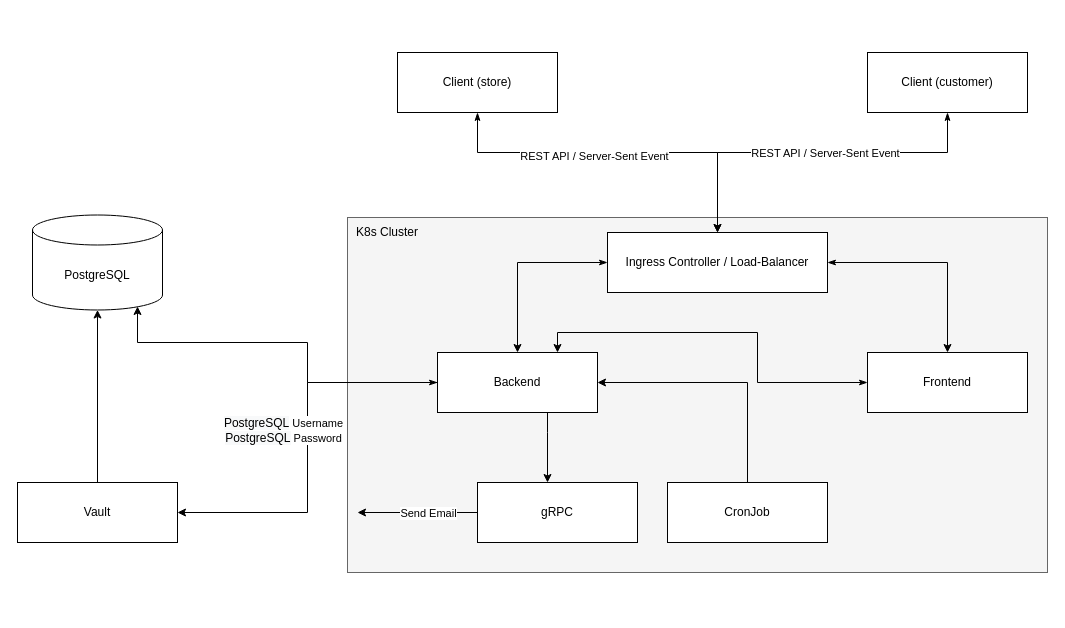
Jerry0420/Queue-System keeps this draw.io diagram as images/architecture.drawio. Above is the earlier version. Source tidied: cells renumbered, new cells numbered last; positions are measured from the earlier drawing's top-left corner, leaving out a move shared by most shapes. Both pictures are drawn from the tidied source at 100%, with x=0, y=0 at pixel (17, 52).
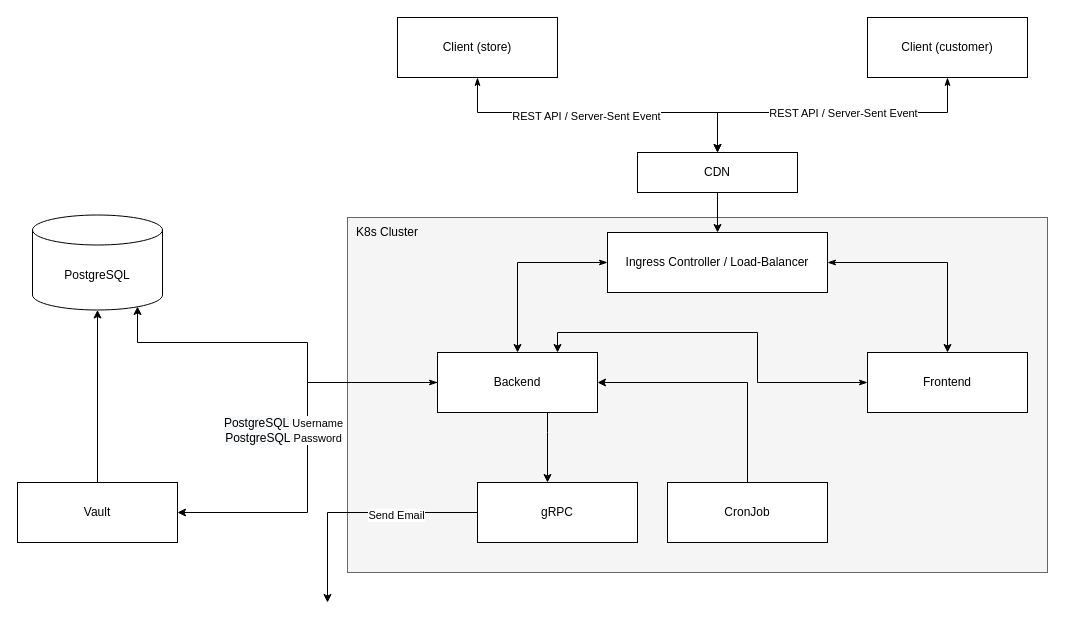
The same diagram, later.

Unchanged cells that the change refers to:
```xml
<mxCell id="13" value="Ingress Controller / Load-Balancer" style="rounded=0;whiteSpace=wrap;html=1;" parent="1" vertex="1">
  <mxGeometry x="590" y="180" width="220" height="60" as="geometry" />
</mxCell>
<mxCell id="24" value="gRPC" style="rounded=0;whiteSpace=wrap;html=1;" parent="1" vertex="1">
  <mxGeometry x="460" y="430" width="160" height="60" as="geometry" />
</mxCell>
```

What changed in the source:
```diff
@@
-    <mxCell id="5" style="edgeStyle=orthogonalEdgeStyle;rounded=0;jettySize=auto;html=1;startArrow=classicThin;startFill=1;" parent="1" edge="1" source="7" target="13">
+    <mxCell id="5" style="edgeStyle=orthogonalEdgeStyle;rounded=0;jettySize=auto;html=1;startArrow=classicThin;startFill=1;entryX=0.5;entryY=0;entryDx=0;entryDy=0;" parent="1" edge="1" source="7" target="29">
       <mxGeometry relative="1" as="geometry">
         <Array as="points">
-          <mxPoint x="460" y="100" />
-          <mxPoint x="700" y="100" />
+          <mxPoint x="460" y="60" />
+          <mxPoint x="700" y="60" />
         </Array>
       </mxGeometry>
     </mxCell>
@@
     <mxCell id="7" value="Client (store)" style="rounded=0;whiteSpace=wrap;html=1;" parent="1" vertex="1">
-      <mxGeometry x="380" width="160" height="60" as="geometry" />
+      <mxGeometry x="380" y="-35" width="160" height="60" as="geometry" />
     </mxCell>
-    <mxCell id="8" style="edgeStyle=orthogonalEdgeStyle;rounded=0;jettySize=auto;html=1;startArrow=classicThin;startFill=1;entryX=0.5;entryY=0;entryDx=0;entryDy=0;" parent="1" edge="1" source="10" target="13">
+    <mxCell id="8" style="edgeStyle=orthogonalEdgeStyle;rounded=0;jettySize=auto;html=1;startArrow=classicThin;startFill=1;entryX=0.5;entryY=0;entryDx=0;entryDy=0;" parent="1" edge="1" source="10" target="29">
       <mxGeometry relative="1" as="geometry">
         <Array as="points">
-          <mxPoint x="930" y="100" />
-          <mxPoint x="700" y="100" />
+          <mxPoint x="930" y="60" />
+          <mxPoint x="700" y="60" />
         </Array>
       </mxGeometry>
     </mxCell>
@@
     <mxCell id="10" value="Client (customer)" style="rounded=0;whiteSpace=wrap;html=1;" parent="1" vertex="1">
-      <mxGeometry x="850" width="160" height="60" as="geometry" />
+      <mxGeometry x="850" y="-35" width="160" height="60" as="geometry" />
     </mxCell>
@@
     <mxCell id="22" style="edgeStyle=orthogonalEdgeStyle;rounded=0;jettySize=auto;html=1;startArrow=none;startFill=0;" parent="1" edge="1" source="24">
       <mxGeometry relative="1" as="geometry">
-        <mxPoint x="340" y="460" as="targetPoint" />
+        <mxPoint x="310" y="550" as="targetPoint" />
+        <Array as="points">
+          <mxPoint x="310" y="460" />
+        </Array>
       </mxGeometry>
     </mxCell>
     <mxCell id="23" value="Send Email" style="edgeLabel;html=1;align=center;verticalAlign=middle;" parent="22" vertex="1">
-      <mxGeometry x="0.28" y="-1" relative="1" as="geometry">
-        <mxPoint x="27" y="1" as="offset" />
-      </mxGeometry>
+      <mxGeometry x="-0.32" y="2" relative="1" as="geometry" />
     </mxCell>
@@
+    <mxCell id="28" style="edgeStyle=orthogonalEdgeStyle;rounded=0;jettySize=auto;html=1;" parent="1" edge="1" source="29" target="13">
+      <mxGeometry relative="1" as="geometry" />
+    </mxCell>
+    <mxCell id="29" value="CDN" style="rounded=0;whiteSpace=wrap;html=1;" parent="1" vertex="1">
+      <mxGeometry x="620" y="100" width="160" height="40" as="geometry" />
+    </mxCell>
```
